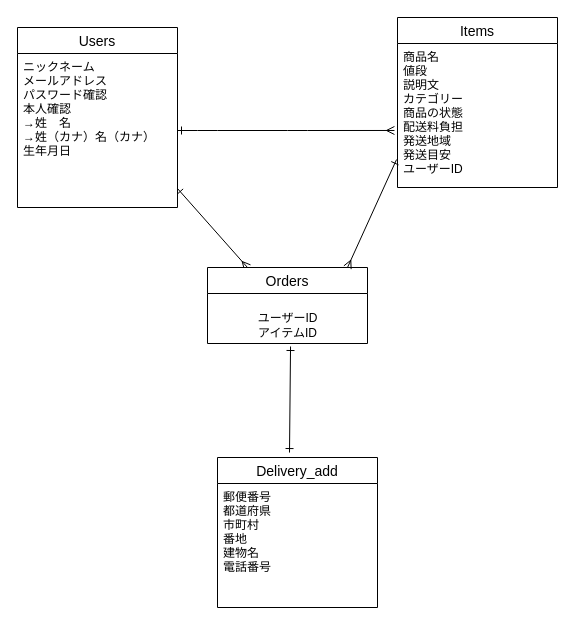
Earlier version of the draw.io diagram furima.dio (Lily219/furima-37762). Source tidied: cells renumbered, new cells numbered last; positions are measured from the earlier drawing's top-left corner, leaving out a move shared by most shapes. Both pictures are drawn from the tidied source at 100%, with x=0, y=0 at pixel (17, 17).
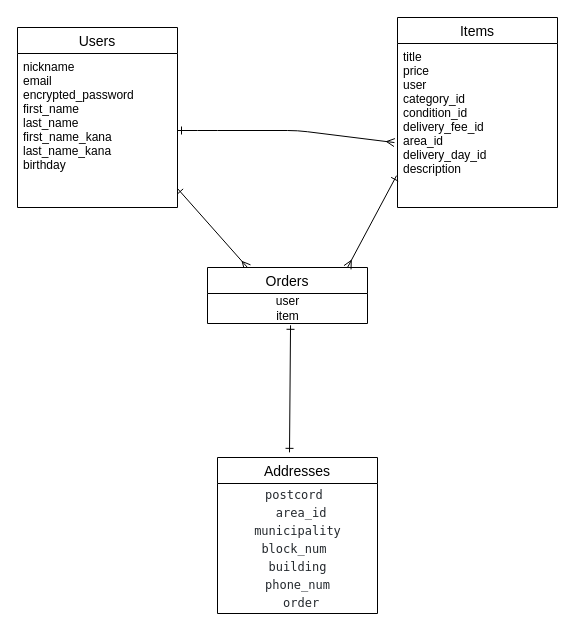
The same page after the edit.

Diff of the diagram source:
```diff
@@
 <mxGraphModel>
   <root>
     <mxCell id="0" />
     <mxCell id="1" parent="0" />
     <mxCell id="2" value="Users" style="swimlane;fontStyle=0;horizontal=1;startSize=26;align=center;fontSize=14;" parent="1" vertex="1">
       <mxGeometry y="10" width="160" height="180" as="geometry" />
     </mxCell>
-    <mxCell id="3" value="ニックネーム&#10;メールアドレス&#10;パスワード確認&#10;本人確認&#10;→姓　名&#10;→姓（カナ）名（カナ）&#10;生年月日&#10;" style="text;strokeColor=none;fillColor=none;spacingLeft=4;spacingRight=4;overflow=hidden;points=[[0,0.5],[1,0.5]];portConstraint=eastwest;fontSize=12;" parent="2" vertex="1">
+    <mxCell id="3" value="nickname&#10;email&#10;encrypted_password&#10;first_name&#10;last_name&#10;first_name_kana&#10;last_name_kana&#10;birthday&#10;" style="text;strokeColor=none;fillColor=none;spacingLeft=4;spacingRight=4;overflow=hidden;points=[[0,0.5],[1,0.5]];portConstraint=eastwest;fontSize=12;" parent="2" vertex="1">
       <mxGeometry y="26" width="160" height="154" as="geometry" />
     </mxCell>
     <mxCell id="4" value="Items" style="swimlane;fontStyle=0;horizontal=1;startSize=26;align=center;fontSize=14;" parent="1" vertex="1">
-      <mxGeometry x="380" width="160" height="170" as="geometry" />
+      <mxGeometry x="380" width="160" height="190" as="geometry" />
     </mxCell>
-    <mxCell id="5" value="商品名&#10;値段&#10;説明文&#10;カテゴリー&#10;商品の状態&#10;配送料負担&#10;発送地域&#10;発送目安&#10;ユーザーID" style="text;strokeColor=none;fillColor=none;spacingLeft=4;spacingRight=4;overflow=hidden;points=[[0,0.5],[1,0.5]];portConstraint=eastwest;fontSize=12;" parent="4" vertex="1">
-      <mxGeometry y="26" width="160" height="144" as="geometry" />
+    <mxCell id="5" value="title &#10;price&#10;user&#10;category_id&#10;condition_id &#10;delivery_fee_id&#10;area_id &#10;delivery_day_id&#10;description  " style="text;strokeColor=none;fillColor=none;spacingLeft=4;spacingRight=4;overflow=hidden;points=[[0,0.5],[1,0.5]];portConstraint=eastwest;fontSize=12;" parent="4" vertex="1">
+      <mxGeometry y="26" width="160" height="164" as="geometry" />
     </mxCell>
     <mxCell id="6" style="edgeStyle=none;html=1;exitX=0.25;exitY=0;exitDx=0;exitDy=0;entryX=1;entryY=0.877;entryDx=0;entryDy=0;entryPerimeter=0;startArrow=ERmany;startFill=0;endArrow=ERone;endFill=0;" parent="1" edge="1" source="7" target="3">
       <mxGeometry relative="1" as="geometry" />
     </mxCell>
     <mxCell id="7" value="Orders" style="swimlane;fontStyle=0;horizontal=1;startSize=26;align=center;fontSize=14;" parent="1" vertex="1">
-      <mxGeometry x="190" y="250" width="160" height="76" as="geometry" />
+      <mxGeometry x="190" y="250" width="160" height="56" as="geometry" />
     </mxCell>
-    <mxCell id="8" value="&lt;br&gt;ユーザーID&lt;br&gt;アイテムID" style="text;html=1;align=center;verticalAlign=middle;points=[];strokeColor=none;fillColor=none;" parent="7" vertex="1">
-      <mxGeometry y="26" width="160" height="50" as="geometry" />
+    <mxCell id="8" value="user&lt;br&gt;item" style="text;html=1;align=center;verticalAlign=middle;points=[];strokeColor=none;fillColor=none;" parent="7" vertex="1">
+      <mxGeometry y="26" width="160" height="30" as="geometry" />
     </mxCell>
     <mxCell id="9" style="edgeStyle=none;html=1;exitX=1;exitY=0.5;exitDx=0;exitDy=0;entryX=-0.019;entryY=0.604;entryDx=0;entryDy=0;entryPerimeter=0;startArrow=ERone;startFill=0;endArrow=ERmany;endFill=0;strokeWidth=1;targetPerimeterSpacing=5;" parent="1" edge="1" source="3" target="5">
       <mxGeometry relative="1" as="geometry">
         <Array as="points">
           <mxPoint x="190" y="113" />
           <mxPoint x="280" y="113" />
         </Array>
       </mxGeometry>
     </mxCell>
     <mxCell id="10" style="edgeStyle=none;html=1;exitX=-0.006;exitY=0.806;exitDx=0;exitDy=0;entryX=0.875;entryY=0;entryDx=0;entryDy=0;entryPerimeter=0;startArrow=ERone;startFill=0;endArrow=ERmany;endFill=0;exitPerimeter=0;" parent="1" edge="1" source="5" target="7">
       <mxGeometry relative="1" as="geometry" />
     </mxCell>
     <mxCell id="11" style="edgeStyle=none;html=1;entryX=0.45;entryY=-0.033;entryDx=0;entryDy=0;entryPerimeter=0;startArrow=ERone;startFill=0;endArrow=ERone;endFill=0;targetPerimeterSpacing=5;strokeWidth=1;exitX=0.519;exitY=1.06;exitDx=0;exitDy=0;exitPerimeter=0;" parent="1" edge="1" source="8" target="12">
       <mxGeometry relative="1" as="geometry" />
     </mxCell>
-    <mxCell id="12" value="Delivery_add" style="swimlane;fontStyle=0;horizontal=1;startSize=26;align=center;fontSize=14;" parent="1" vertex="1">
-      <mxGeometry x="200" y="440" width="160" height="150" as="geometry" />
+    <mxCell id="12" value="Addresses" style="swimlane;fontStyle=0;horizontal=1;startSize=26;align=center;fontSize=14;" parent="1" vertex="1">
+      <mxGeometry x="200" y="440" width="160" height="156" as="geometry" />
     </mxCell>
-    <mxCell id="13" value="郵便番号&#10;都道府県&#10;市町村&#10;番地&#10;建物名&#10;電話番号&#10;" style="text;strokeColor=none;fillColor=none;spacingLeft=4;spacingRight=4;overflow=hidden;fontSize=12;" parent="12" vertex="1">
-      <mxGeometry y="26" width="160" height="124" as="geometry" />
-    </mxCell>
+    <mxCell id="14" value="&lt;div style=&quot;color: rgb(36 , 41 , 46) ; background-color: rgb(255 , 255 , 255) ; font-family: &amp;#34;ricty diminished&amp;#34; , &amp;#34;menlo&amp;#34; , &amp;#34;monaco&amp;#34; , &amp;#34;courier new&amp;#34; , monospace ; line-height: 18px&quot;&gt;&lt;div&gt;postcord&amp;nbsp;&lt;/div&gt;&lt;div&gt;&amp;nbsp;area_id&lt;/div&gt;&lt;div&gt;&amp;nbsp;municipality&amp;nbsp;&lt;/div&gt;&lt;div&gt;block_num&amp;nbsp;&lt;/div&gt;&lt;div&gt;&amp;nbsp;building&amp;nbsp;&lt;/div&gt;&lt;div&gt;&amp;nbsp;phone_num&amp;nbsp;&lt;/div&gt;&lt;div&gt;&amp;nbsp;order  &lt;/div&gt;&lt;/div&gt;" style="text;html=1;align=center;verticalAlign=middle;strokeColor=none;fillColor=none;" parent="12" vertex="1">
+      <mxGeometry y="26" width="160" height="130" as="geometry" />
+    </mxCell>
   </root>
 </mxGraphModel>
```
